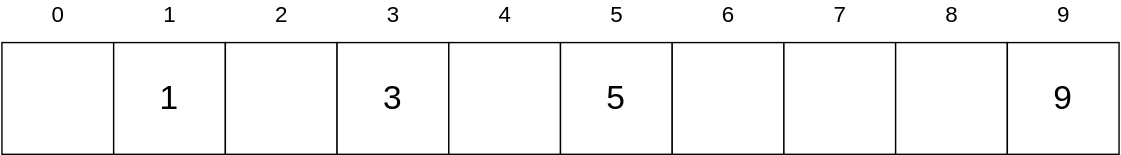
The draw.io diagram pictures/set-diagram.drawio.svg in hyperdriveguy/cse212-final-project, before a commit. Source tidied: cells renumbered, new cells last; positions are measured from the earlier drawing's top-left corner, leaving out a move shared by most shapes. Source of this version:
```xml
<mxGraphModel>
  <root>
    <mxCell id="0" />
    <mxCell id="1" parent="0" />
    <mxCell id="2" style="rounded=0;whiteSpace=wrap;html=1;" parent="1" vertex="1">
      <mxGeometry y="30" width="80" height="80" as="geometry" />
    </mxCell>
    <mxCell id="3" value="&lt;font style=&quot;font-size: 24px&quot;&gt;1&lt;/font&gt;" style="rounded=0;whiteSpace=wrap;html=1;" parent="1" vertex="1">
      <mxGeometry x="80" y="30" width="80" height="80" as="geometry" />
    </mxCell>
    <mxCell id="4" style="rounded=0;whiteSpace=wrap;html=1;" parent="1" vertex="1">
      <mxGeometry x="160" y="30" width="80" height="80" as="geometry" />
    </mxCell>
    <mxCell id="5" value="&lt;font style=&quot;font-size: 24px&quot;&gt;3&lt;/font&gt;" style="rounded=0;whiteSpace=wrap;html=1;" parent="1" vertex="1">
      <mxGeometry x="240" y="30" width="80" height="80" as="geometry" />
    </mxCell>
    <mxCell id="6" style="rounded=0;whiteSpace=wrap;html=1;" parent="1" vertex="1">
      <mxGeometry x="320" y="30" width="80" height="80" as="geometry" />
    </mxCell>
    <mxCell id="7" value="&lt;font style=&quot;font-size: 24px&quot;&gt;5&lt;/font&gt;" style="rounded=0;whiteSpace=wrap;html=1;" parent="1" vertex="1">
      <mxGeometry x="400" y="30" width="80" height="80" as="geometry" />
    </mxCell>
    <mxCell id="8" style="rounded=0;whiteSpace=wrap;html=1;" parent="1" vertex="1">
      <mxGeometry x="480" y="30" width="80" height="80" as="geometry" />
    </mxCell>
    <mxCell id="9" style="rounded=0;whiteSpace=wrap;html=1;" parent="1" vertex="1">
      <mxGeometry x="560" y="30" width="80" height="80" as="geometry" />
    </mxCell>
    <mxCell id="10" style="rounded=0;whiteSpace=wrap;html=1;" parent="1" vertex="1">
      <mxGeometry x="640" y="30" width="80" height="80" as="geometry" />
    </mxCell>
    <mxCell id="11" value="&lt;font style=&quot;font-size: 24px&quot;&gt;9&lt;/font&gt;" style="rounded=0;whiteSpace=wrap;html=1;" parent="1" vertex="1">
      <mxGeometry x="720" y="30" width="80" height="80" as="geometry" />
    </mxCell>
    <mxCell id="12" value="&lt;font style=&quot;font-size: 16px&quot;&gt;0&lt;/font&gt;" style="text;html=1;align=center;verticalAlign=middle;strokeColor=none;fillColor=none;" parent="1" vertex="1">
      <mxGeometry x="30" width="20" height="20" as="geometry" />
    </mxCell>
    <mxCell id="13" value="&lt;font style=&quot;font-size: 16px&quot;&gt;1&lt;/font&gt;" style="text;html=1;align=center;verticalAlign=middle;strokeColor=none;fillColor=none;" parent="1" vertex="1">
      <mxGeometry x="110" width="20" height="20" as="geometry" />
    </mxCell>
    <mxCell id="14" value="2" style="text;html=1;align=center;verticalAlign=middle;strokeColor=none;fillColor=none;fontSize=16;" parent="1" vertex="1">
      <mxGeometry x="190" width="20" height="20" as="geometry" />
    </mxCell>
    <mxCell id="15" value="3" style="text;html=1;align=center;verticalAlign=middle;strokeColor=none;fillColor=none;fontSize=16;" parent="1" vertex="1">
      <mxGeometry x="270" width="20" height="20" as="geometry" />
    </mxCell>
    <mxCell id="16" value="4" style="text;html=1;align=center;verticalAlign=middle;strokeColor=none;fillColor=none;fontSize=16;" parent="1" vertex="1">
      <mxGeometry x="350" width="20" height="20" as="geometry" />
    </mxCell>
    <mxCell id="17" value="5" style="text;html=1;align=center;verticalAlign=middle;strokeColor=none;fillColor=none;fontSize=16;" parent="1" vertex="1">
      <mxGeometry x="430" width="20" height="20" as="geometry" />
    </mxCell>
    <mxCell id="18" value="6" style="text;html=1;align=center;verticalAlign=middle;strokeColor=none;fillColor=none;fontSize=16;" parent="1" vertex="1">
      <mxGeometry x="510" width="20" height="20" as="geometry" />
    </mxCell>
    <mxCell id="19" value="7" style="text;html=1;align=center;verticalAlign=middle;strokeColor=none;fillColor=none;fontSize=16;" parent="1" vertex="1">
      <mxGeometry x="590" width="20" height="20" as="geometry" />
    </mxCell>
    <mxCell id="20" value="8" style="text;html=1;align=center;verticalAlign=middle;strokeColor=none;fillColor=none;fontSize=16;" parent="1" vertex="1">
      <mxGeometry x="670" width="20" height="20" as="geometry" />
    </mxCell>
    <mxCell id="21" value="9" style="text;html=1;align=center;verticalAlign=middle;strokeColor=none;fillColor=none;fontSize=16;" parent="1" vertex="1">
      <mxGeometry x="750" width="20" height="20" as="geometry" />
    </mxCell>
  </root>
</mxGraphModel>
```
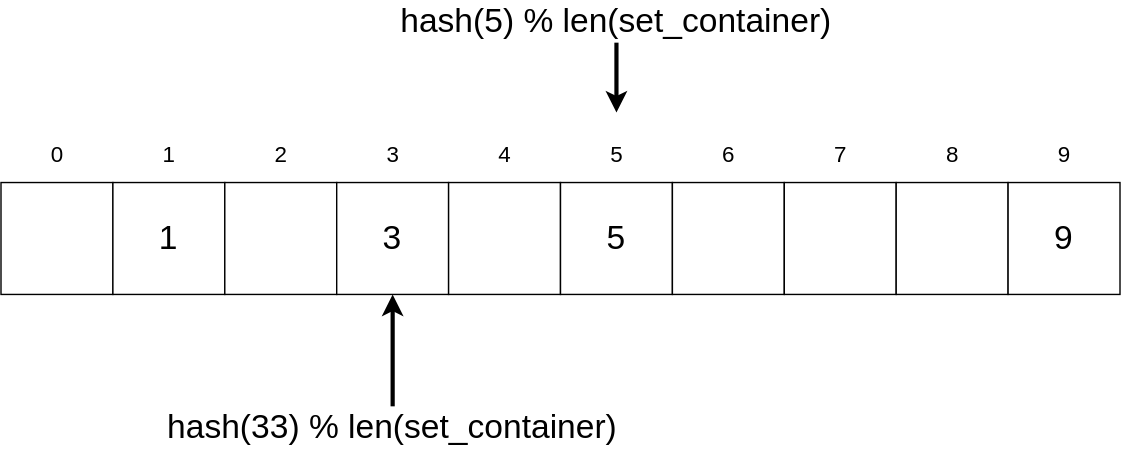
The same diagram one commit later.

What changed in the source:
```diff
@@ -62,5 +62,19 @@
     <mxCell id="21" value="9" style="text;html=1;align=center;verticalAlign=middle;strokeColor=none;fillColor=none;fontSize=16;" parent="1" vertex="1">
       <mxGeometry x="750" width="20" height="20" as="geometry" />
     </mxCell>
+    <mxCell id="22" style="edgeStyle=orthogonalEdgeStyle;rounded=0;jettySize=auto;html=1;fontSize=24;strokeWidth=3;" parent="1" edge="1" source="23">
+      <mxGeometry relative="1" as="geometry">
+        <mxPoint x="440" y="-20" as="targetPoint" />
+      </mxGeometry>
+    </mxCell>
+    <mxCell id="23" value="hash(5) % len(set_container)" style="text;html=1;strokeColor=none;fillColor=none;align=center;verticalAlign=middle;whiteSpace=wrap;rounded=0;fontSize=24;" parent="1" vertex="1">
+      <mxGeometry x="280" y="-100" width="320" height="30" as="geometry" />
+    </mxCell>
+    <mxCell id="24" style="edgeStyle=orthogonalEdgeStyle;rounded=0;jettySize=auto;html=1;fontSize=24;strokeWidth=3;" parent="1" edge="1" source="25" target="5">
+      <mxGeometry relative="1" as="geometry" />
+    </mxCell>
+    <mxCell id="25" value="hash(33) % len(set_container)" style="text;html=1;strokeColor=none;fillColor=none;align=center;verticalAlign=middle;whiteSpace=wrap;rounded=0;fontSize=24;" parent="1" vertex="1">
+      <mxGeometry x="115" y="190" width="330" height="30" as="geometry" />
+    </mxCell>
   </root>
 </mxGraphModel>
```
